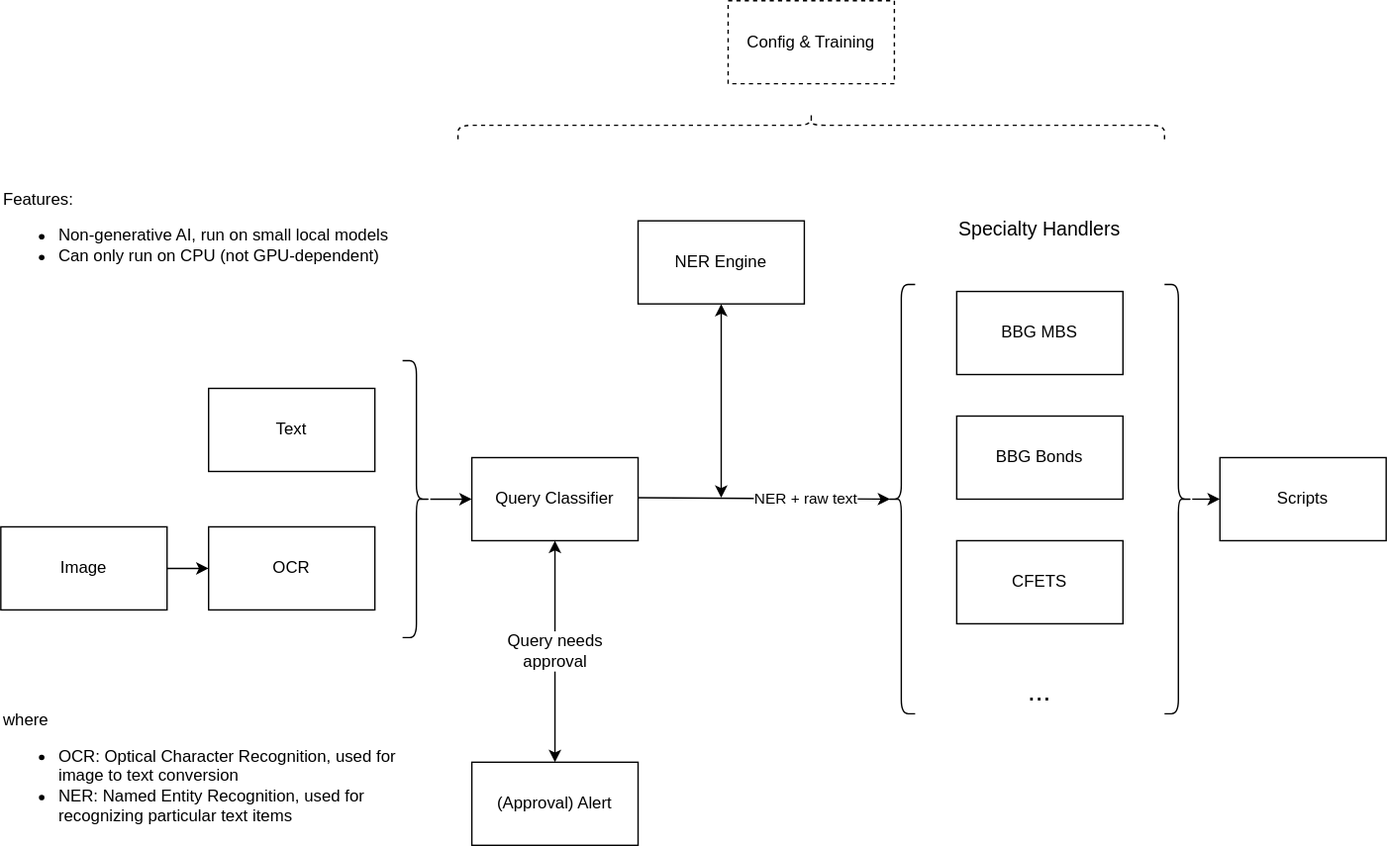
This is frontend/src/about/architecture.drawio.svg from yuqiii-wang/ocr-sec-info-extract, a draw.io export, as it was before one commit. Source tidied: cells renumbered, new cells last; positions are measured from the earlier drawing's top-left corner, leaving out a move shared by most shapes. The source it was exported from:
```xml
<mxGraphModel>
  <root>
    <mxCell id="0" />
    <mxCell id="1" parent="0" />
    <mxCell id="2" style="edgeStyle=none;html=1;fontSize=20;" parent="1" edge="1" target="4">
      <mxGeometry relative="1" as="geometry">
        <mxPoint x="120" y="575" as="sourcePoint" />
      </mxGeometry>
    </mxCell>
    <mxCell id="3" value="Image" style="rounded=0;whiteSpace=wrap;html=1;" parent="1" vertex="1">
      <mxGeometry y="545" width="120" height="60" as="geometry" />
    </mxCell>
    <mxCell id="4" value="OCR" style="rounded=0;whiteSpace=wrap;html=1;" parent="1" vertex="1">
      <mxGeometry x="150" y="545" width="120" height="60" as="geometry" />
    </mxCell>
    <mxCell id="5" value="Query Classifier" style="rounded=0;whiteSpace=wrap;html=1;" parent="1" vertex="1">
      <mxGeometry x="340" y="495" width="120" height="60" as="geometry" />
    </mxCell>
    <mxCell id="6" style="shape=curlyBracket;whiteSpace=wrap;html=1;rounded=1;labelPosition=left;verticalLabelPosition=middle;align=right;verticalAlign=middle;" parent="1" vertex="1">
      <mxGeometry x="640" y="370" width="20" height="310" as="geometry" />
    </mxCell>
    <mxCell id="7" value="BBG MBS" style="rounded=0;whiteSpace=wrap;html=1;" parent="1" vertex="1">
      <mxGeometry x="690" y="375" width="120" height="60" as="geometry" />
    </mxCell>
    <mxCell id="8" value="BBG Bonds" style="rounded=0;whiteSpace=wrap;html=1;" parent="1" vertex="1">
      <mxGeometry x="690" y="465" width="120" height="60" as="geometry" />
    </mxCell>
    <mxCell id="9" value="CFETS" style="rounded=0;whiteSpace=wrap;html=1;" parent="1" vertex="1">
      <mxGeometry x="690" y="555" width="120" height="60" as="geometry" />
    </mxCell>
    <mxCell id="10" value="&lt;span style=&quot;font-family: Helvetica; font-style: normal; font-variant-ligatures: normal; font-variant-caps: normal; font-weight: 400; letter-spacing: normal; orphans: 2; text-indent: 0px; text-transform: none; widows: 2; word-spacing: 0px; -webkit-text-stroke-width: 0px; text-decoration-thickness: initial; text-decoration-style: initial; text-decoration-color: initial; float: none; display: inline !important;&quot;&gt;&lt;font color=&quot;#000000&quot; style=&quot;font-size: 20px;&quot;&gt;...&lt;/font&gt;&lt;/span&gt;" style="text;whiteSpace=wrap;html=1;align=center;" parent="1" vertex="1">
      <mxGeometry x="720" y="645" width="60" height="40" as="geometry" />
    </mxCell>
    <mxCell id="11" style="edgeStyle=none;html=1;fontSize=20;" parent="1" edge="1" source="12" target="13">
      <mxGeometry relative="1" as="geometry" />
    </mxCell>
    <mxCell id="12" style="shape=curlyBracket;whiteSpace=wrap;html=1;rounded=1;flipH=1;labelPosition=right;verticalLabelPosition=middle;align=left;verticalAlign=middle;fontSize=20;" parent="1" vertex="1">
      <mxGeometry x="840" y="370" width="20" height="310" as="geometry" />
    </mxCell>
    <mxCell id="13" value="Scripts" style="rounded=0;whiteSpace=wrap;html=1;" parent="1" vertex="1">
      <mxGeometry x="880" y="495" width="120" height="60" as="geometry" />
    </mxCell>
    <mxCell id="14" value="&lt;font style=&quot;font-size: 14px;&quot;&gt;Specialty Handlers&lt;/font&gt;" style="text;whiteSpace=wrap;html=1;align=center;" parent="1" vertex="1">
      <mxGeometry x="690" y="315" width="120" height="40" as="geometry" />
    </mxCell>
    <mxCell id="15" value="Text" style="rounded=0;whiteSpace=wrap;html=1;" parent="1" vertex="1">
      <mxGeometry x="150" y="445" width="120" height="60" as="geometry" />
    </mxCell>
    <mxCell id="16" style="edgeStyle=none;html=1;" parent="1" edge="1" source="17" target="5">
      <mxGeometry relative="1" as="geometry" />
    </mxCell>
    <mxCell id="17" style="shape=curlyBracket;whiteSpace=wrap;html=1;rounded=1;flipH=1;labelPosition=right;verticalLabelPosition=middle;align=left;verticalAlign=middle;" parent="1" vertex="1">
      <mxGeometry x="290" y="425" width="20" height="200" as="geometry" />
    </mxCell>
    <mxCell id="18" value="(Approval) Alert" style="rounded=0;whiteSpace=wrap;html=1;" parent="1" vertex="1">
      <mxGeometry x="340" y="715" width="120" height="60" as="geometry" />
    </mxCell>
    <mxCell id="19" value="&lt;span style=&quot;color: rgb(0, 0, 0); font-size: 12px;&quot;&gt;Query needs&lt;/span&gt;&lt;br style=&quot;color: rgb(0, 0, 0); font-size: 12px;&quot;&gt;&lt;span style=&quot;color: rgb(0, 0, 0); font-size: 12px;&quot;&gt;approval&lt;/span&gt;" style="endArrow=classic;startArrow=classic;html=1;exitX=0.5;exitY=0;exitDx=0;exitDy=0;" parent="1" edge="1" source="18">
      <mxGeometry relative="1" as="geometry">
        <mxPoint x="400" y="555" as="targetPoint" />
      </mxGeometry>
    </mxCell>
    <mxCell id="20" value="&lt;div&gt;where&lt;/div&gt;&lt;ul&gt;&lt;li&gt;OCR: Optical Character Recognition, used for image to text conversion&lt;/li&gt;&lt;li&gt;NER: Named Entity Recognition, used for recognizing particular text items&lt;/li&gt;&lt;/ul&gt;" style="text;strokeColor=none;fillColor=none;html=1;whiteSpace=wrap;verticalAlign=middle;overflow=hidden;labelBackgroundColor=none;fontColor=#000000;" parent="1" vertex="1">
      <mxGeometry y="675" width="300" height="100" as="geometry" />
    </mxCell>
    <mxCell id="21" value="&lt;div&gt;Features:&lt;/div&gt;&lt;ul&gt;&lt;li&gt;&lt;span style=&quot;background-color: initial;&quot;&gt;Non-generative AI, run on small local models&lt;/span&gt;&lt;/li&gt;&lt;li&gt;Can only run on CPU (not GPU-dependent)&lt;/li&gt;&lt;/ul&gt;" style="text;strokeColor=none;fillColor=none;html=1;whiteSpace=wrap;verticalAlign=middle;overflow=hidden;labelBackgroundColor=none;fontColor=#000000;" parent="1" vertex="1">
      <mxGeometry y="290" width="300" height="90" as="geometry" />
    </mxCell>
    <mxCell id="22" style="edgeStyle=none;html=1;entryX=0.1;entryY=0.5;entryDx=0;entryDy=0;entryPerimeter=0;" parent="1" edge="1" target="6">
      <mxGeometry relative="1" as="geometry">
        <mxPoint x="460" y="524" as="sourcePoint" />
      </mxGeometry>
    </mxCell>
    <mxCell id="23" value="&lt;font color=&quot;#000000&quot;&gt;NER + raw text&lt;/font&gt;" style="edgeLabel;html=1;align=center;verticalAlign=middle;" parent="22" vertex="1">
      <mxGeometry x="0.13" y="-3" relative="1" as="geometry">
        <mxPoint x="18" y="-3" as="offset" />
      </mxGeometry>
    </mxCell>
    <mxCell id="24" style="edgeStyle=none;html=1;startArrow=classic;startFill=1;" parent="1" edge="1" source="25">
      <mxGeometry relative="1" as="geometry">
        <mxPoint x="520" y="524" as="targetPoint" />
      </mxGeometry>
    </mxCell>
    <mxCell id="25" value="NER Engine" style="rounded=0;whiteSpace=wrap;html=1;" parent="1" vertex="1">
      <mxGeometry x="460" y="324" width="120" height="60" as="geometry" />
    </mxCell>
    <mxCell id="26" style="shape=curlyBracket;whiteSpace=wrap;html=1;rounded=1;flipH=1;labelPosition=right;verticalLabelPosition=middle;align=left;verticalAlign=middle;rotation=-90;dashed=1;" parent="1" vertex="1">
      <mxGeometry x="575" width="20" height="510" as="geometry" />
    </mxCell>
    <mxCell id="27" value="Config &amp;amp; Training" style="rounded=0;whiteSpace=wrap;html=1;dashed=1;" parent="1" vertex="1">
      <mxGeometry x="525" y="165" width="120" height="60" as="geometry" />
    </mxCell>
  </root>
</mxGraphModel>
```
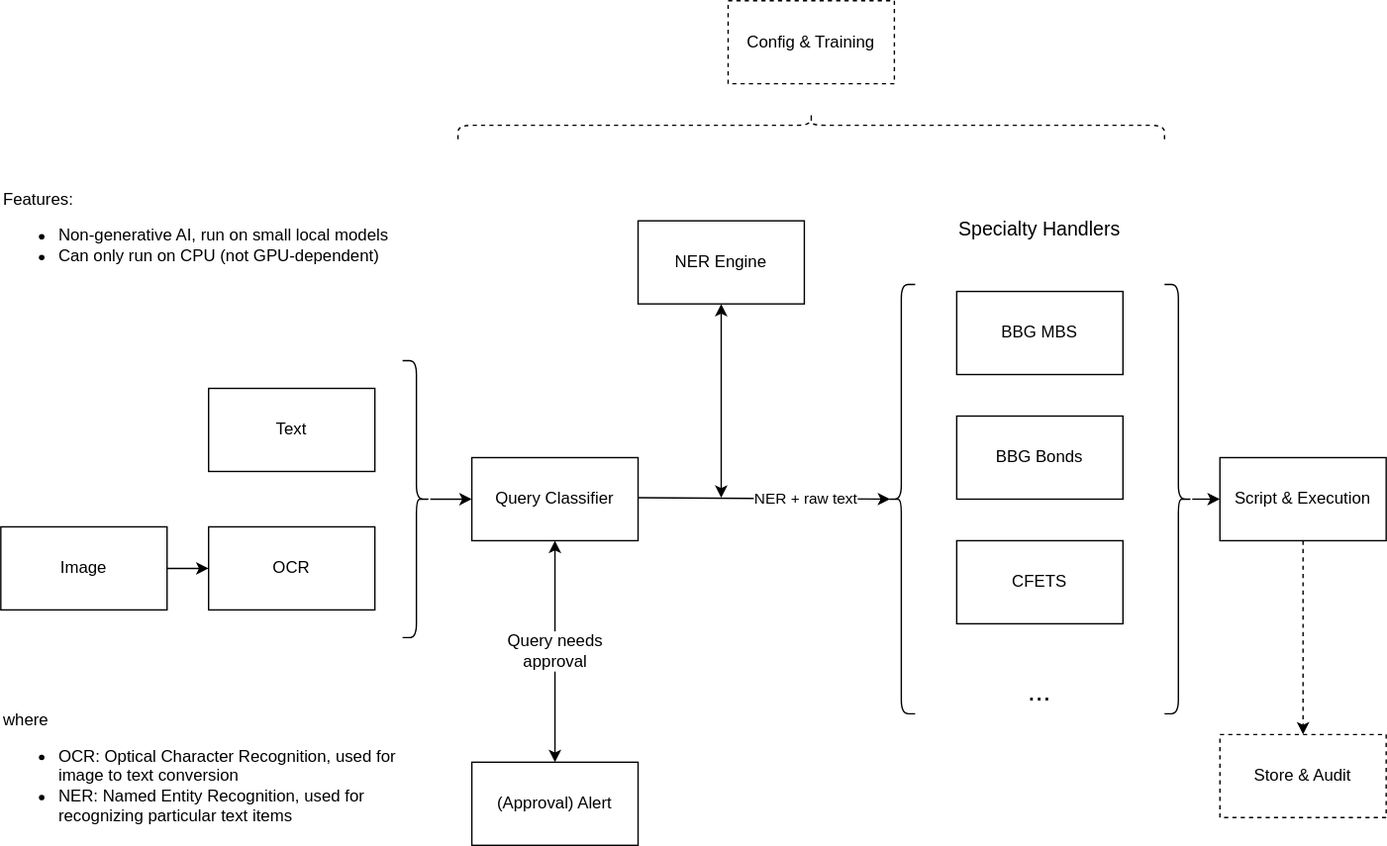
Later version of the same file.

The edit, as a diff of the source:
```diff
@@ -37,7 +37,10 @@
     <mxCell id="12" style="shape=curlyBracket;whiteSpace=wrap;html=1;rounded=1;flipH=1;labelPosition=right;verticalLabelPosition=middle;align=left;verticalAlign=middle;fontSize=20;" parent="1" vertex="1">
       <mxGeometry x="840" y="370" width="20" height="310" as="geometry" />
     </mxCell>
+    <mxCell id="28" style="edgeStyle=none;html=1;entryX=0.5;entryY=0;entryDx=0;entryDy=0;dashed=1;" parent="1" edge="1" source="13" target="29">
+      <mxGeometry relative="1" as="geometry" />
+    </mxCell>
-    <mxCell id="13" value="Scripts" style="rounded=0;whiteSpace=wrap;html=1;" parent="1" vertex="1">
+    <mxCell id="13" value="Script &amp;amp; Execution" style="rounded=0;whiteSpace=wrap;html=1;" parent="1" vertex="1">
       <mxGeometry x="880" y="495" width="120" height="60" as="geometry" />
     </mxCell>
     <mxCell id="14" value="&lt;font style=&quot;font-size: 14px;&quot;&gt;Specialty Handlers&lt;/font&gt;" style="text;whiteSpace=wrap;html=1;align=center;" parent="1" vertex="1">
@@ -90,5 +93,8 @@
     <mxCell id="27" value="Config &amp;amp; Training" style="rounded=0;whiteSpace=wrap;html=1;dashed=1;" parent="1" vertex="1">
       <mxGeometry x="525" y="165" width="120" height="60" as="geometry" />
     </mxCell>
+    <mxCell id="29" value="Store &amp;amp; Audit" style="rounded=0;whiteSpace=wrap;html=1;dashed=1;" parent="1" vertex="1">
+      <mxGeometry x="880" y="695" width="120" height="60" as="geometry" />
+    </mxCell>
   </root>
 </mxGraphModel>
```
